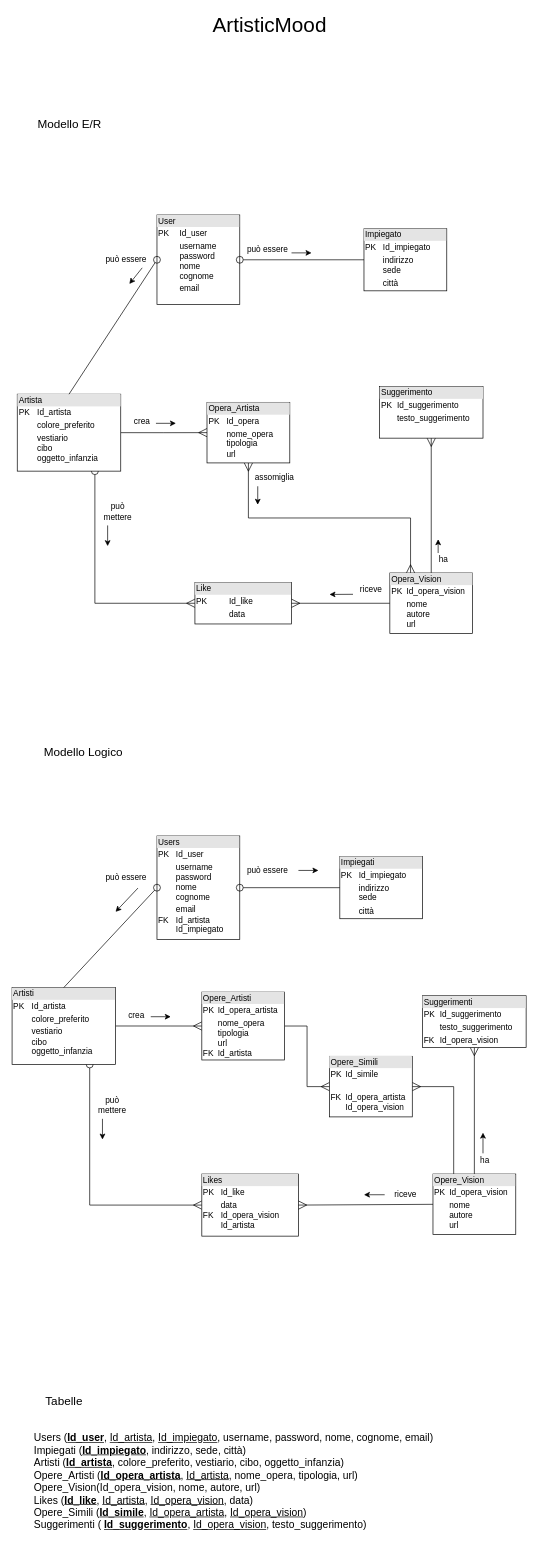
The draw.io diagram ArtisticMood.drawio in ChiaraGismondi02/ArtisticMood, before the edit. Source tidied: cells renumbered, new cells numbered last; positions are measured from the earlier drawing's top-left corner, leaving out a move shared by most shapes. Both pictures are drawn from the tidied source at 69%, with x=0, y=0 at pixel (12, 14).
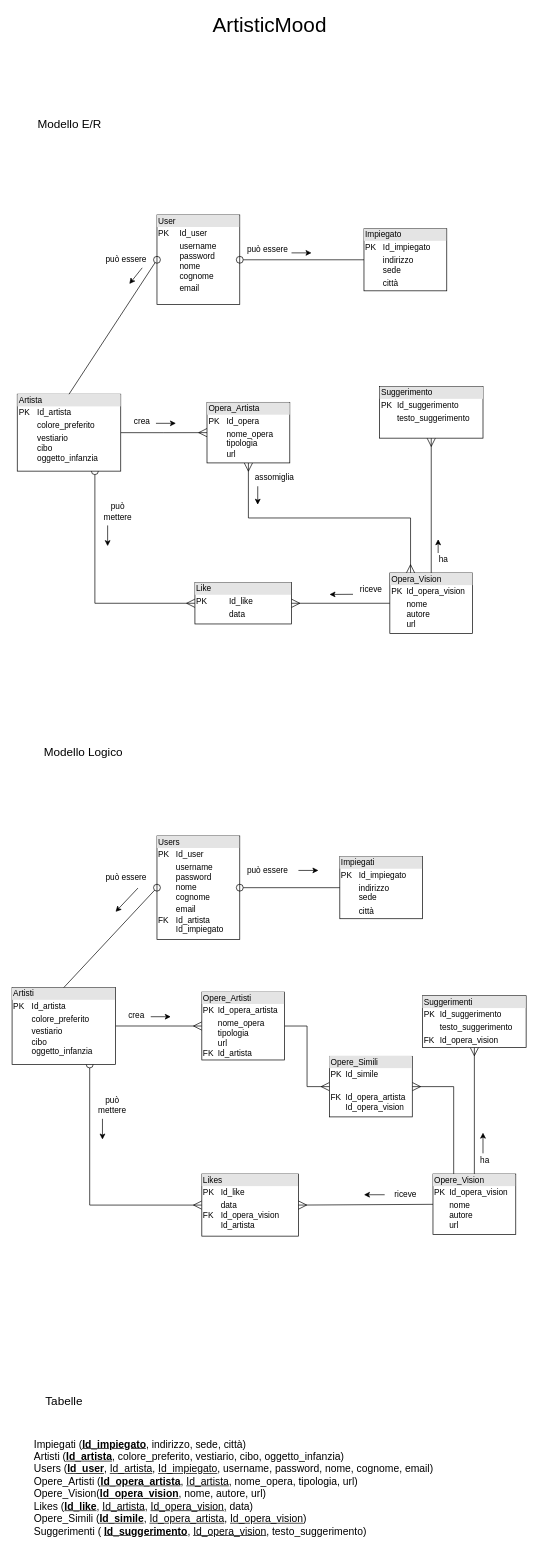
The same diagram, later.

The edit, as a diff of the source:
```diff
@@
-    <mxCell id="14" value="&lt;font style=&quot;font-size: 15px&quot;&gt;Users (&lt;u&gt;&lt;b&gt;Id_user&lt;/b&gt;&lt;/u&gt;, &lt;u&gt;Id_artista&lt;/u&gt;, &lt;u&gt;Id_impiegato&lt;/u&gt;, username, password, nome, cognome, email)&lt;br&gt;Impiegati (&lt;b&gt;&lt;u&gt;Id_impiegato&lt;/u&gt;&lt;/b&gt;, indirizzo, sede, città)&lt;br&gt;Artisti (&lt;u&gt;&lt;b&gt;Id_artista&lt;/b&gt;&lt;/u&gt;, colore_preferito, vestiario, cibo, oggetto_infanzia)&lt;br&gt;Opere_Artisti (&lt;b&gt;&lt;u&gt;Id_opera_artista&lt;/u&gt;&lt;/b&gt;, &lt;u&gt;Id_artista&lt;/u&gt;, nome_opera, tipologia, url)&lt;br&gt;Opere_Vision(Id_opera_vision, nome, autore, url)&lt;br&gt;Likes (&lt;u&gt;&lt;b&gt;Id_like&lt;/b&gt;&lt;/u&gt;, &lt;u&gt;Id_artista&lt;/u&gt;, &lt;u&gt;Id_opera_vision,&lt;/u&gt; data)&lt;br&gt;Opere_Simili (&lt;b&gt;&lt;u&gt;Id_simile&lt;/u&gt;&lt;/b&gt;, &lt;u&gt;Id_opera_artista&lt;/u&gt;, &lt;u&gt;Id_opera_vision&lt;/u&gt;)&lt;br&gt;Suggerimenti ( &lt;u&gt;&lt;b&gt;Id_suggerimento&lt;/b&gt;&lt;/u&gt;, &lt;u&gt;Id_opera_vision&lt;/u&gt;, testo_suggerimento)&lt;/font&gt;" style="text;html=1;align=left;verticalAlign=middle;fillColor=none;strokeColor=none;rounded=0;sketch=0;" parent="1" vertex="1">
-      <mxGeometry x="30" y="2061" width="590" height="130" as="geometry" />
+    <mxCell id="14" value="&lt;font style=&quot;font-size: 15px&quot;&gt;&lt;br&gt;Impiegati (&lt;b&gt;&lt;u&gt;Id_impiegato&lt;/u&gt;&lt;/b&gt;, indirizzo, sede, città)&lt;br&gt;Artisti (&lt;u&gt;&lt;b&gt;Id_artista&lt;/b&gt;&lt;/u&gt;, colore_preferito, vestiario, cibo, oggetto_infanzia)&lt;br&gt;Users (&lt;u&gt;&lt;b&gt;Id_user&lt;/b&gt;&lt;/u&gt;,&amp;nbsp;&lt;u&gt;Id_artista&lt;/u&gt;,&amp;nbsp;&lt;u&gt;Id_impiegato&lt;/u&gt;, username, password, nome, cognome, email)&lt;br&gt;Opere_Artisti (&lt;b&gt;&lt;u&gt;Id_opera_artista&lt;/u&gt;&lt;/b&gt;, &lt;u&gt;Id_artista&lt;/u&gt;, nome_opera, tipologia, url)&lt;br&gt;Opere_Vision(&lt;b&gt;&lt;u&gt;Id_opera_vision&lt;/u&gt;&lt;/b&gt;, nome, autore, url)&lt;br&gt;Likes (&lt;u&gt;&lt;b&gt;Id_like&lt;/b&gt;&lt;/u&gt;, &lt;u&gt;Id_artista&lt;/u&gt;, &lt;u&gt;Id_opera_vision,&lt;/u&gt; data)&lt;br&gt;Opere_Simili (&lt;b&gt;&lt;u&gt;Id_simile&lt;/u&gt;&lt;/b&gt;, &lt;u&gt;Id_opera_artista&lt;/u&gt;, &lt;u&gt;Id_opera_vision&lt;/u&gt;)&lt;br&gt;Suggerimenti ( &lt;u&gt;&lt;b&gt;Id_suggerimento&lt;/b&gt;&lt;/u&gt;, &lt;u&gt;Id_opera_vision&lt;/u&gt;, testo_suggerimento)&lt;/font&gt;" style="text;html=1;align=left;verticalAlign=middle;fillColor=none;strokeColor=none;rounded=0;sketch=0;" parent="1" vertex="1">
+      <mxGeometry x="30" y="2056" width="590" height="140" as="geometry" />
     </mxCell>
```
